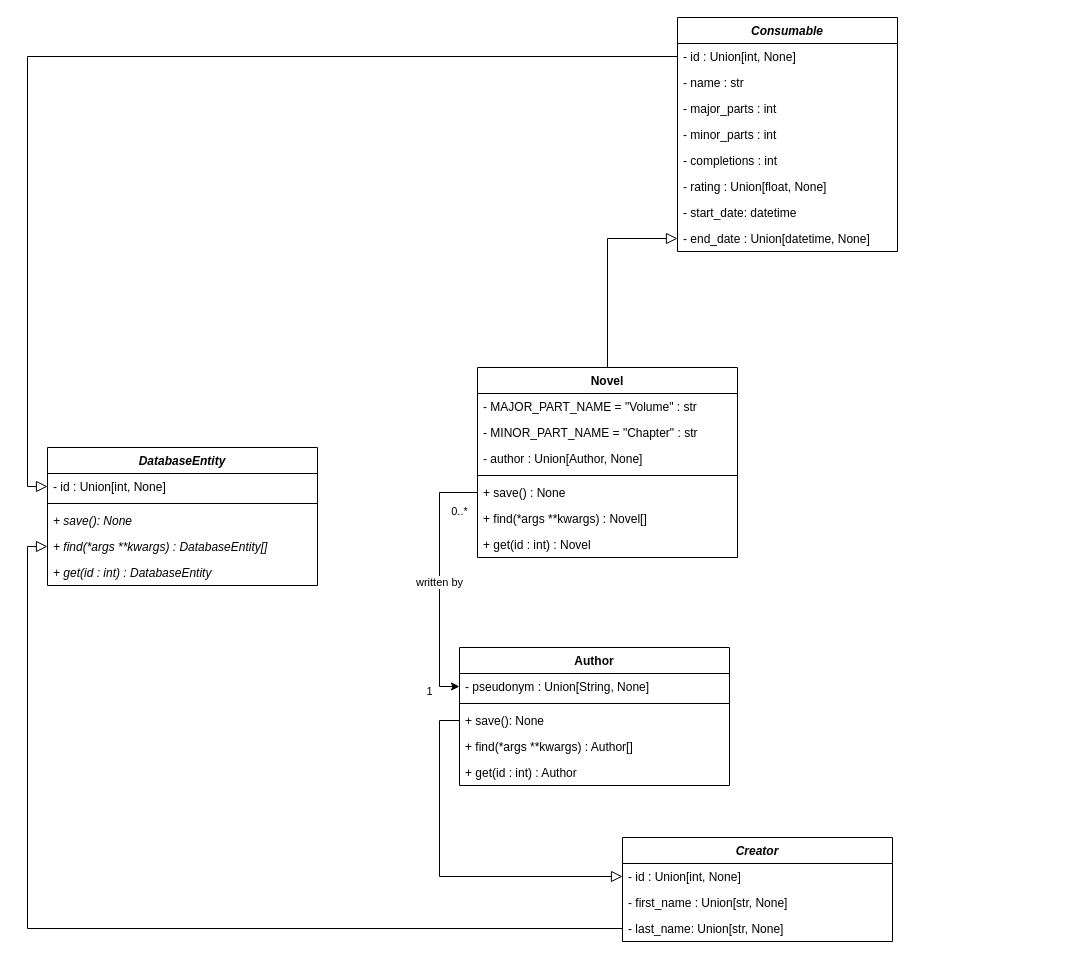
Above: docs/classes.drawio in t44dev/ConsumptionCLI (draw.io), before the change. Source tidied: cells renumbered, new cells numbered last; positions are measured from the earlier drawing's top-left corner, leaving out a move shared by most shapes. Both pictures are drawn from the tidied source at 100%, with x=0, y=0 at pixel (47, 17).
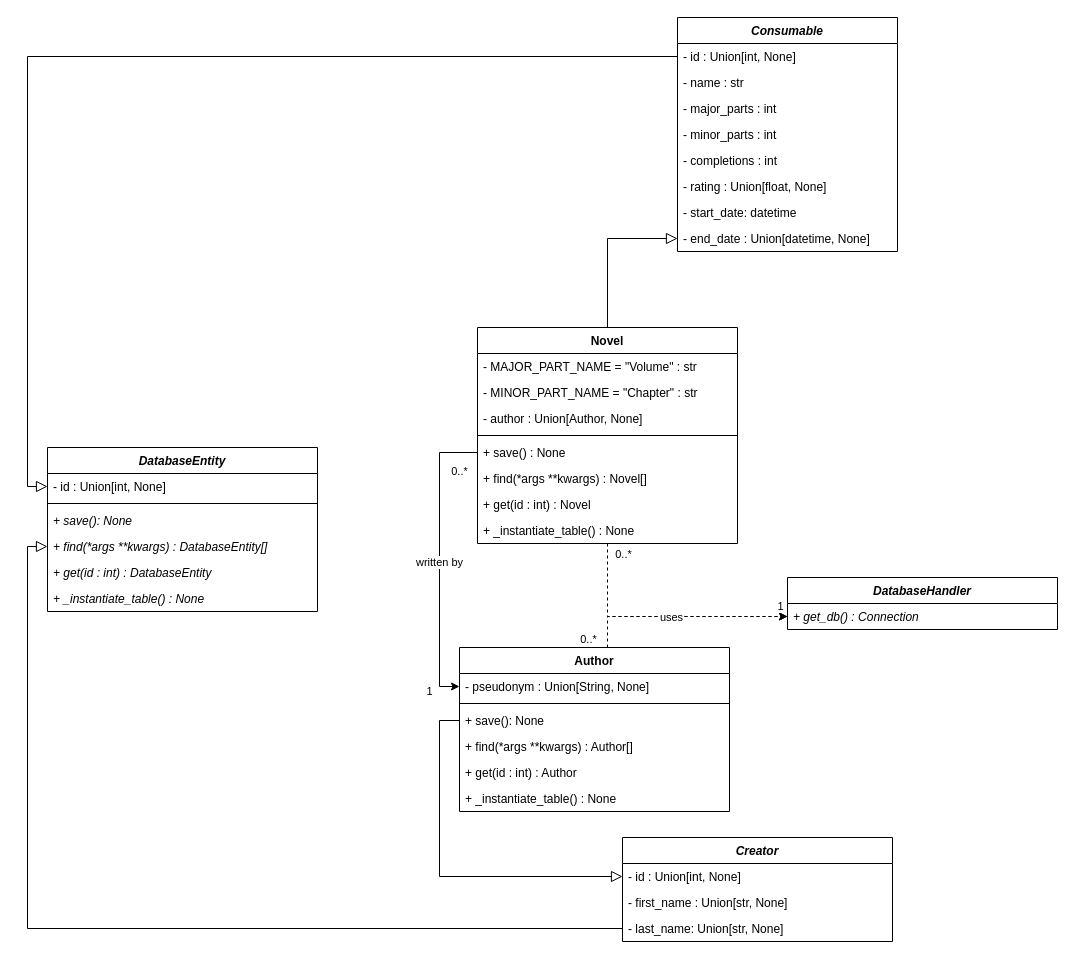
Above is the later version.

Commit message:
Added DatabaseHandler to class diagram

Change to the diagram source:
```diff
@@
+    <mxCell id="43" style="edgeStyle=orthogonalEdgeStyle;rounded=0;jettySize=auto;html=1;entryX=0;entryY=0.5;entryDx=0;entryDy=0;dashed=1;" parent="1" edge="1" source="12" target="52">
+      <mxGeometry relative="1" as="geometry" />
+    </mxCell>
+    <mxCell id="44" value="0..*" style="edgeLabel;html=1;align=center;verticalAlign=middle;" parent="43" vertex="1">
+      <mxGeometry x="-0.92" relative="1" as="geometry">
+        <mxPoint x="15" as="offset" />
+      </mxGeometry>
+    </mxCell>
     <mxCell id="12" value="Novel" style="swimlane;fontStyle=1;align=center;verticalAlign=top;horizontal=1;startSize=26;" parent="1" vertex="1">
-      <mxGeometry x="430" y="350" width="260" height="190" as="geometry" />
+      <mxGeometry x="430" y="310" width="260" height="216" as="geometry" />
     </mxCell>
@@
+    <mxCell id="45" value="+ _instantiate_table() : None" style="text;strokeColor=none;fillColor=none;align=left;verticalAlign=top;spacingLeft=4;spacingRight=4;overflow=hidden;fontStyle=0;" parent="12" vertex="1">
+      <mxGeometry y="190" width="260" height="26" as="geometry" />
+    </mxCell>
+    <mxCell id="46" style="edgeStyle=orthogonalEdgeStyle;rounded=0;jettySize=auto;html=1;entryX=0;entryY=0.5;entryDx=0;entryDy=0;dashed=1;" parent="1" edge="1" source="20" target="52">
+      <mxGeometry relative="1" as="geometry">
+        <Array as="points">
+          <mxPoint x="560" y="599" />
+        </Array>
+      </mxGeometry>
+    </mxCell>
+    <mxCell id="47" value="uses" style="edgeLabel;html=1;align=center;verticalAlign=middle;" parent="46" vertex="1">
+      <mxGeometry x="-0.11" relative="1" as="geometry" />
+    </mxCell>
+    <mxCell id="48" value="0..*" style="edgeLabel;html=1;align=center;verticalAlign=middle;" parent="46" vertex="1">
+      <mxGeometry x="-0.91" relative="1" as="geometry">
+        <mxPoint x="-20" as="offset" />
+      </mxGeometry>
+    </mxCell>
     <mxCell id="20" value="Author" style="swimlane;fontStyle=1;align=center;verticalAlign=top;horizontal=1;startSize=26;" parent="1" vertex="1">
-      <mxGeometry x="412" y="630" width="270" height="138" as="geometry" />
+      <mxGeometry x="412" y="630" width="270" height="164" as="geometry" />
     </mxCell>
@@
+    <mxCell id="49" value="+ _instantiate_table() : None" style="text;strokeColor=none;fillColor=none;align=left;verticalAlign=top;spacingLeft=4;spacingRight=4;overflow=hidden;fontStyle=0;" parent="20" vertex="1">
+      <mxGeometry y="138" width="270" height="26" as="geometry" />
+    </mxCell>
@@
     <mxCell id="34" value="0..*" style="edgeLabel;html=1;align=center;verticalAlign=middle;" parent="1" vertex="1">
-      <mxGeometry x="380" y="380" as="geometry">
+      <mxGeometry x="380" y="340" as="geometry">
         <mxPoint x="31" y="113" as="offset" />
       </mxGeometry>
     </mxCell>
     <mxCell id="35" value="DatabaseEntity" style="swimlane;fontStyle=3;align=center;verticalAlign=top;horizontal=1;startSize=26;" parent="1" vertex="1">
-      <mxGeometry y="430" width="270" height="138" as="geometry" />
+      <mxGeometry y="430" width="270" height="164" as="geometry" />
     </mxCell>
@@
+    <mxCell id="50" value="+ _instantiate_table() : None" style="text;strokeColor=none;fillColor=none;align=left;verticalAlign=top;spacingLeft=4;spacingRight=4;overflow=hidden;fontStyle=2;" parent="35" vertex="1">
+      <mxGeometry y="138" width="270" height="26" as="geometry" />
+    </mxCell>
@@
+    <mxCell id="51" value="DatabaseHandler" style="swimlane;fontStyle=3;align=center;verticalAlign=top;horizontal=1;startSize=26;" parent="1" vertex="1">
+      <mxGeometry x="740" y="560" width="270" height="52" as="geometry" />
+    </mxCell>
+    <mxCell id="52" value="+ get_db() : Connection" style="text;strokeColor=none;fillColor=none;align=left;verticalAlign=top;spacingLeft=4;spacingRight=4;overflow=hidden;points=[[0,0.5],[1,0.5]];portConstraint=eastwest;fontStyle=2;" parent="51" vertex="1">
+      <mxGeometry y="26" width="270" height="26" as="geometry" />
+    </mxCell>
+    <mxCell id="53" value="1" style="edgeLabel;html=1;align=center;verticalAlign=middle;" parent="1" vertex="1">
+      <mxGeometry x="590" y="568" as="geometry">
+        <mxPoint x="142" y="20" as="offset" />
+      </mxGeometry>
+    </mxCell>
```
